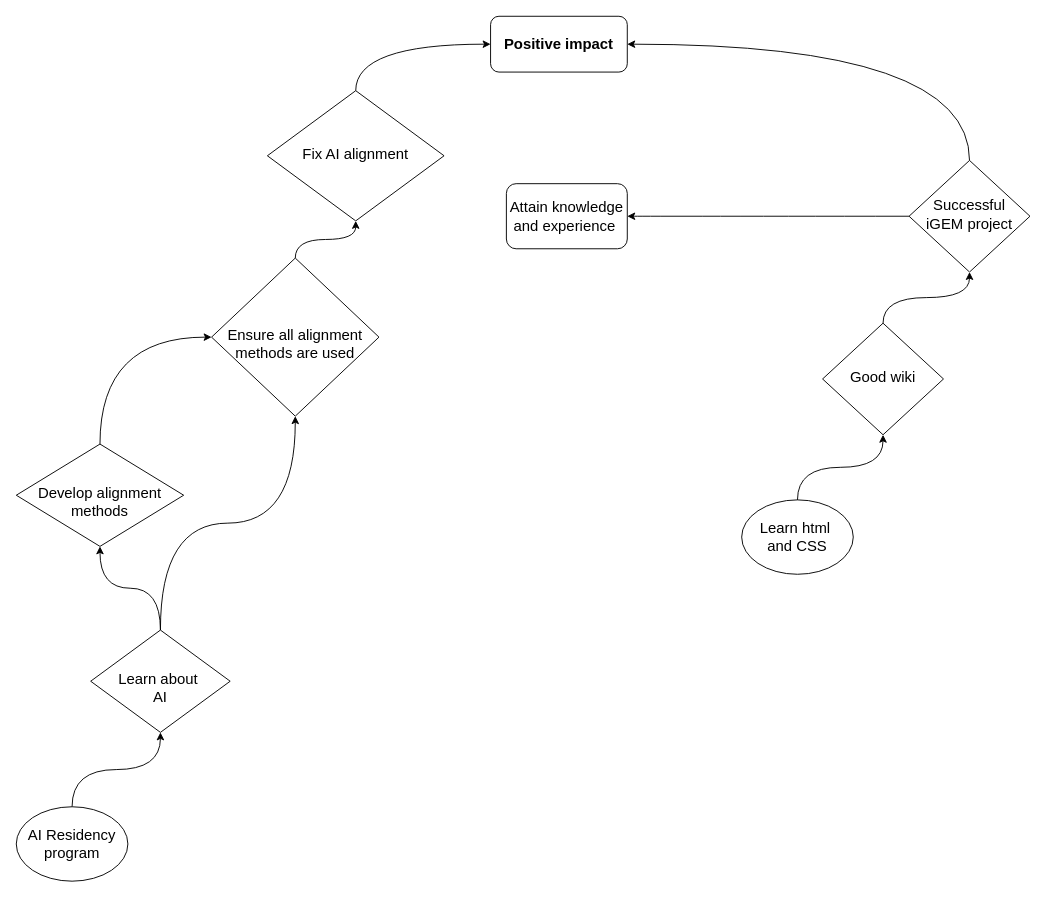
Omniscient21/diagrams keeps this draw.io diagram as Untitled Diagram.drawio. Above is the earlier version. Source tidied: cells renumbered, new cells numbered last; positions are measured from the earlier drawing's top-left corner, leaving out a move shared by most shapes. Both pictures are drawn from the tidied source at 93%, with x=0, y=0 at pixel (16, 16).
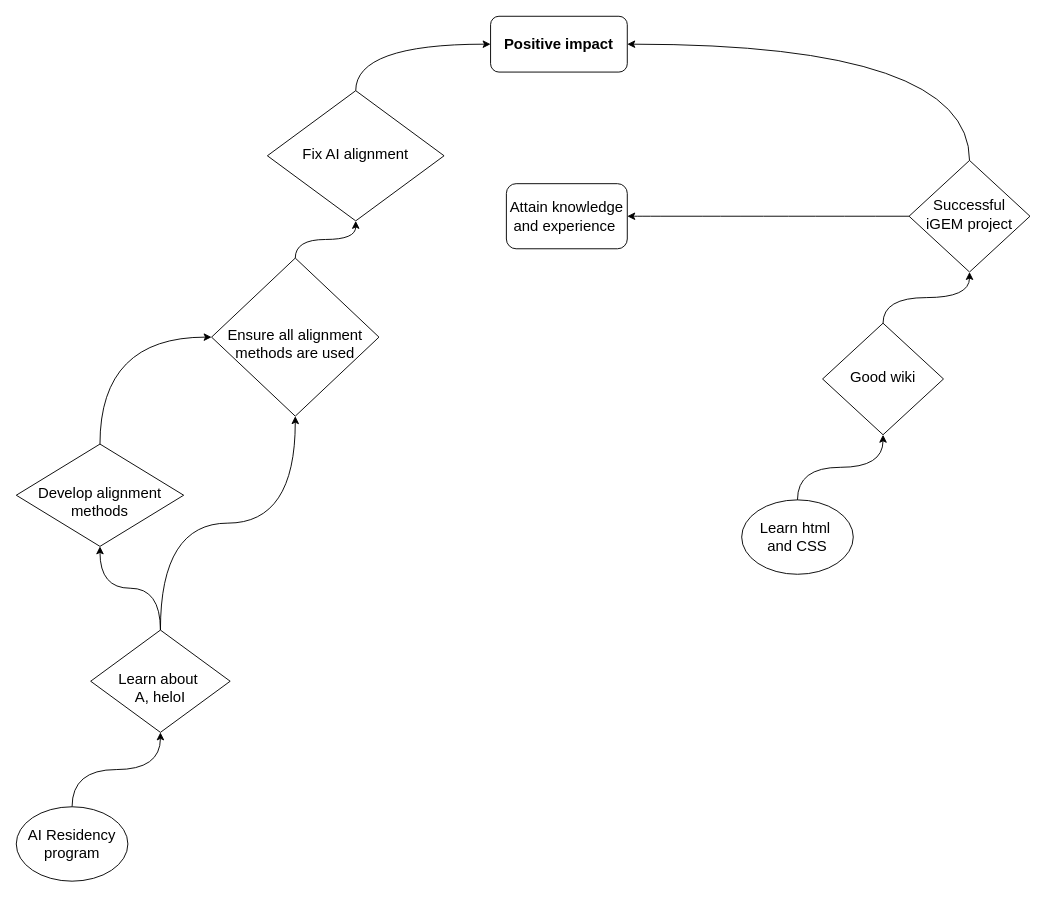
The same page after the edit.

Change to the diagram source:
```diff
@@
-    <mxCell id="9" value="&lt;br&gt;Learn about&amp;nbsp;&lt;br&gt;AI" style="rhombus;whiteSpace=wrap;html=1;shadow=0;fontFamily=Helvetica;fontSize=16;align=center;strokeWidth=1;spacing=6;spacingTop=-4;" parent="1" vertex="1">
+    <mxCell id="9" value="&lt;br&gt;Learn about&amp;nbsp;&lt;br&gt;A, heloI" style="rhombus;whiteSpace=wrap;html=1;shadow=0;fontFamily=Helvetica;fontSize=16;align=center;strokeWidth=1;spacing=6;spacingTop=-4;" parent="1" vertex="1">
       <mxGeometry x="80" y="660" width="150" height="110" as="geometry" />
     </mxCell>
```
